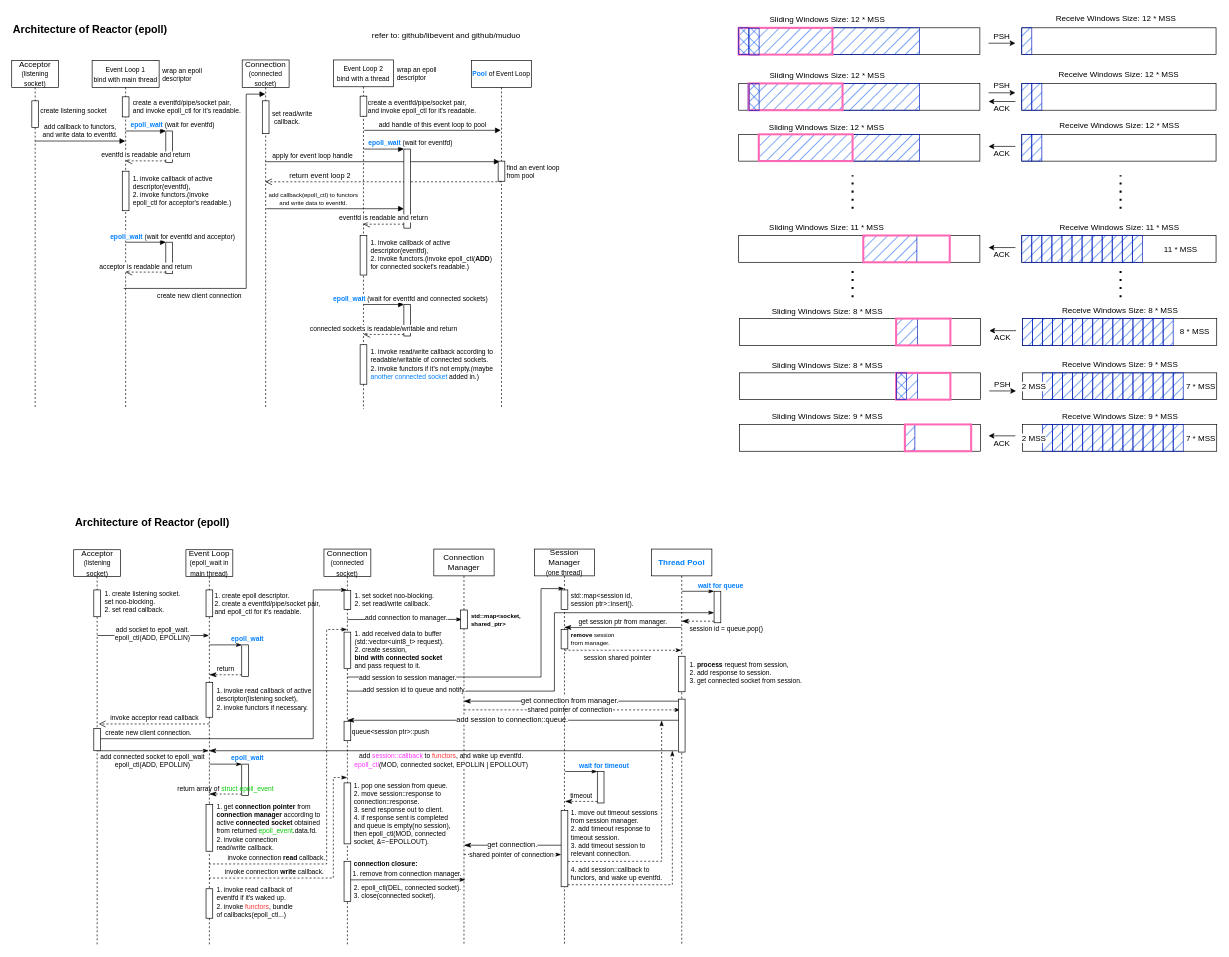
lsclone/StrayBirds keeps this draw.io diagram as asio_arch.drawio. Above is the earlier version. Source tidied: cells renumbered, new cells numbered last; positions are measured from the earlier drawing's top-left corner, leaving out a move shared by most shapes. Both pictures are drawn from the tidied source at 67%, with x=0, y=0 at pixel (11, 11).
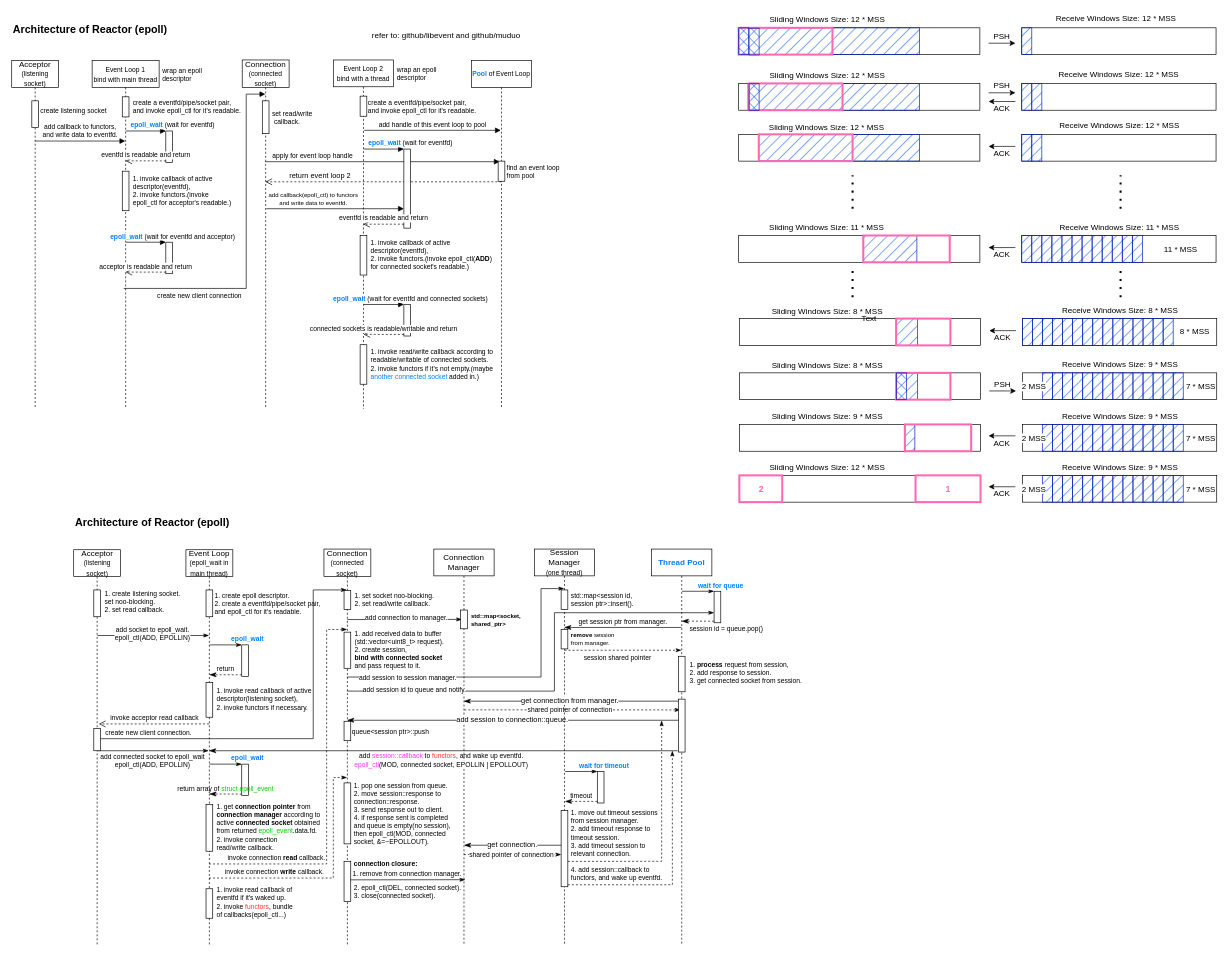
The same page after the edit.

Change to the diagram source:
```diff
@@
+    <mxCell id="249" style="rounded=0;whiteSpace=wrap;html=1;" parent="1" vertex="1">
+      <mxGeometry x="1086" y="692" width="360" height="40" as="geometry" />
+    </mxCell>
+    <mxCell id="250" style="rounded=0;whiteSpace=wrap;html=1;fillColor=none;strokeColor=#FF66B3;strokeWidth=3;" parent="1" vertex="1">
+      <mxGeometry x="1349" y="692" width="97" height="40" as="geometry" />
+    </mxCell>
+    <mxCell id="251" style="rounded=0;whiteSpace=wrap;html=1;" parent="1" vertex="1">
+      <mxGeometry x="1508.5" y="692" width="290" height="40" as="geometry" />
+    </mxCell>
+    <mxCell id="252" value="Receive Windows Size: 9 * MSS" style="text;html=1;strokeColor=none;fillColor=none;align=center;verticalAlign=middle;whiteSpace=wrap;rounded=0;fillStyle=hatch;" parent="1" vertex="1">
+      <mxGeometry x="1550" y="669" width="209" height="22" as="geometry" />
+    </mxCell>
+    <mxCell id="253" value="Sliding Windows Size: 12 * MSS" style="text;html=1;strokeColor=none;fillColor=none;align=center;verticalAlign=middle;whiteSpace=wrap;rounded=0;fillStyle=hatch;" parent="1" vertex="1">
+      <mxGeometry x="1112.5" y="670" width="209" height="22" as="geometry" />
+    </mxCell>
+    <mxCell id="254" style="rounded=0;whiteSpace=wrap;html=1;fillStyle=hatch;strokeColor=#001DBC;strokeWidth=1;fillColor=#0050ef;fontColor=#ffffff;" parent="1" vertex="1">
+      <mxGeometry x="1538.5" y="692" width="15" height="40" as="geometry" />
+    </mxCell>
+    <mxCell id="255" style="rounded=0;whiteSpace=wrap;html=1;fillStyle=hatch;strokeColor=#001DBC;strokeWidth=1;fillColor=#0050ef;fontColor=#ffffff;" parent="1" vertex="1">
+      <mxGeometry x="1553.5" y="692" width="15" height="40" as="geometry" />
+    </mxCell>
+    <mxCell id="256" style="rounded=0;whiteSpace=wrap;html=1;fillStyle=hatch;strokeColor=#001DBC;strokeWidth=1;fillColor=#0050ef;fontColor=#ffffff;" parent="1" vertex="1">
+      <mxGeometry x="1568.5" y="692" width="15" height="40" as="geometry" />
+    </mxCell>
+    <mxCell id="257" style="rounded=0;whiteSpace=wrap;html=1;fillStyle=hatch;strokeColor=#001DBC;strokeWidth=1;fillColor=#0050ef;fontColor=#ffffff;" parent="1" vertex="1">
+      <mxGeometry x="1583.5" y="692" width="15" height="40" as="geometry" />
+    </mxCell>
+    <mxCell id="258" style="rounded=0;whiteSpace=wrap;html=1;fillStyle=hatch;strokeColor=#001DBC;strokeWidth=1;fillColor=#0050ef;fontColor=#ffffff;" parent="1" vertex="1">
+      <mxGeometry x="1598.5" y="692" width="15" height="40" as="geometry" />
+    </mxCell>
+    <mxCell id="259" style="rounded=0;whiteSpace=wrap;html=1;fillStyle=hatch;strokeColor=#001DBC;strokeWidth=1;fillColor=#0050ef;fontColor=#ffffff;" parent="1" vertex="1">
+      <mxGeometry x="1613.5" y="692" width="15" height="40" as="geometry" />
+    </mxCell>
+    <mxCell id="260" style="rounded=0;whiteSpace=wrap;html=1;fillStyle=hatch;strokeColor=#001DBC;strokeWidth=1;fillColor=#0050ef;fontColor=#ffffff;" parent="1" vertex="1">
+      <mxGeometry x="1628.5" y="692" width="15" height="40" as="geometry" />
+    </mxCell>
+    <mxCell id="261" style="rounded=0;whiteSpace=wrap;html=1;fillStyle=hatch;strokeColor=#001DBC;strokeWidth=1;fillColor=#0050ef;fontColor=#ffffff;" parent="1" vertex="1">
+      <mxGeometry x="1643.5" y="692" width="15" height="40" as="geometry" />
+    </mxCell>
+    <mxCell id="262" style="rounded=0;whiteSpace=wrap;html=1;fillStyle=hatch;strokeColor=#001DBC;strokeWidth=1;fillColor=#0050ef;fontColor=#ffffff;" parent="1" vertex="1">
+      <mxGeometry x="1658.5" y="692" width="15" height="40" as="geometry" />
+    </mxCell>
+    <mxCell id="263" style="rounded=0;whiteSpace=wrap;html=1;fillStyle=hatch;strokeColor=#001DBC;strokeWidth=1;fillColor=#0050ef;fontColor=#ffffff;" parent="1" vertex="1">
+      <mxGeometry x="1673.5" y="692" width="15" height="40" as="geometry" />
+    </mxCell>
+    <mxCell id="264" style="rounded=0;whiteSpace=wrap;html=1;fillStyle=hatch;strokeColor=#001DBC;strokeWidth=1;fillColor=#0050ef;fontColor=#ffffff;" parent="1" vertex="1">
+      <mxGeometry x="1688.5" y="692" width="15" height="40" as="geometry" />
+    </mxCell>
+    <mxCell id="265" style="rounded=0;whiteSpace=wrap;html=1;fillStyle=hatch;strokeColor=#001DBC;strokeWidth=1;fillColor=#0050ef;fontColor=#ffffff;" parent="1" vertex="1">
+      <mxGeometry x="1703.5" y="692" width="15" height="40" as="geometry" />
+    </mxCell>
+    <mxCell id="266" style="rounded=0;whiteSpace=wrap;html=1;fillStyle=hatch;strokeColor=#001DBC;strokeWidth=1;fillColor=#0050ef;fontColor=#ffffff;" parent="1" vertex="1">
+      <mxGeometry x="1718.5" y="692" width="15" height="40" as="geometry" />
+    </mxCell>
+    <mxCell id="267" value="&lt;span style=&quot;color: rgb(0, 0, 0); font-family: Helvetica; font-size: 12px; font-style: normal; font-variant-ligatures: normal; font-variant-caps: normal; font-weight: 400; letter-spacing: normal; orphans: 2; text-align: center; text-indent: 0px; text-transform: none; widows: 2; word-spacing: 0px; -webkit-text-stroke-width: 0px; background-color: rgb(255, 255, 255); text-decoration-thickness: initial; text-decoration-style: initial; text-decoration-color: initial; float: none; display: inline !important;&quot;&gt;7 * MSS&lt;/span&gt;" style="text;whiteSpace=wrap;html=1;" parent="1" vertex="1">
+      <mxGeometry x="1750.5" y="699" width="50" height="30" as="geometry" />
+    </mxCell>
+    <mxCell id="268" value="&lt;span style=&quot;color: rgb(0, 0, 0); font-family: Helvetica; font-size: 12px; font-style: normal; font-variant-ligatures: normal; font-variant-caps: normal; font-weight: 400; letter-spacing: normal; orphans: 2; text-align: center; text-indent: 0px; text-transform: none; widows: 2; word-spacing: 0px; -webkit-text-stroke-width: 0px; background-color: rgb(255, 255, 255); text-decoration-thickness: initial; text-decoration-style: initial; text-decoration-color: initial; float: none; display: inline !important;&quot;&gt;2 MSS&lt;/span&gt;" style="text;whiteSpace=wrap;html=1;" parent="1" vertex="1">
+      <mxGeometry x="1505.5" y="699" width="42.5" height="30" as="geometry" />
+    </mxCell>
+    <mxCell id="269" style="rounded=0;whiteSpace=wrap;html=1;fillStyle=hatch;strokeColor=#001DBC;strokeWidth=1;fillColor=#0050ef;fontColor=#ffffff;" parent="1" vertex="1">
+      <mxGeometry x="1733.5" y="692" width="15" height="40" as="geometry" />
+    </mxCell>
+    <mxCell id="270" style="endArrow=none;startArrow=classic;html=1;rounded=0;endFill=0;" parent="1" edge="1">
+      <mxGeometry relative="1" as="geometry">
+        <mxPoint x="1458" y="709" as="sourcePoint" />
+        <mxPoint x="1498" y="709" as="targetPoint" />
+      </mxGeometry>
+    </mxCell>
+    <mxCell id="271" value="ACK" style="text;html=1;strokeColor=none;fillColor=none;align=center;verticalAlign=middle;whiteSpace=wrap;rounded=0;fillStyle=hatch;" parent="1" vertex="1">
+      <mxGeometry x="1463" y="709" width="30" height="22" as="geometry" />
+    </mxCell>
+    <mxCell id="272" style="rounded=0;whiteSpace=wrap;html=1;fillColor=none;strokeColor=#FF66B3;strokeWidth=3;" parent="1" vertex="1">
+      <mxGeometry x="1086" y="692" width="64" height="40" as="geometry" />
+    </mxCell>
+    <mxCell id="273" value="Text" style="text;html=1;strokeColor=none;fillColor=none;align=center;verticalAlign=middle;whiteSpace=wrap;rounded=0;fillStyle=hatch;" parent="1" vertex="1">
+      <mxGeometry x="1250" y="443" width="60" height="30" as="geometry" />
+    </mxCell>
+    <mxCell id="274" value="&lt;b&gt;&lt;font color=&quot;#ff66b3&quot; style=&quot;font-size: 13px;&quot;&gt;1&lt;/font&gt;&lt;/b&gt;" style="text;html=1;strokeColor=none;fillColor=none;align=center;verticalAlign=middle;whiteSpace=wrap;rounded=0;fillStyle=hatch;" parent="1" vertex="1">
+      <mxGeometry x="1367.5" y="697" width="60" height="30" as="geometry" />
+    </mxCell>
+    <mxCell id="275" value="&lt;b&gt;&lt;font color=&quot;#ff66b3&quot; style=&quot;font-size: 13px;&quot;&gt;2&lt;/font&gt;&lt;/b&gt;" style="text;html=1;strokeColor=none;fillColor=none;align=center;verticalAlign=middle;whiteSpace=wrap;rounded=0;fillStyle=hatch;" parent="1" vertex="1">
+      <mxGeometry x="1089" y="697" width="60" height="30" as="geometry" />
+    </mxCell>
```
